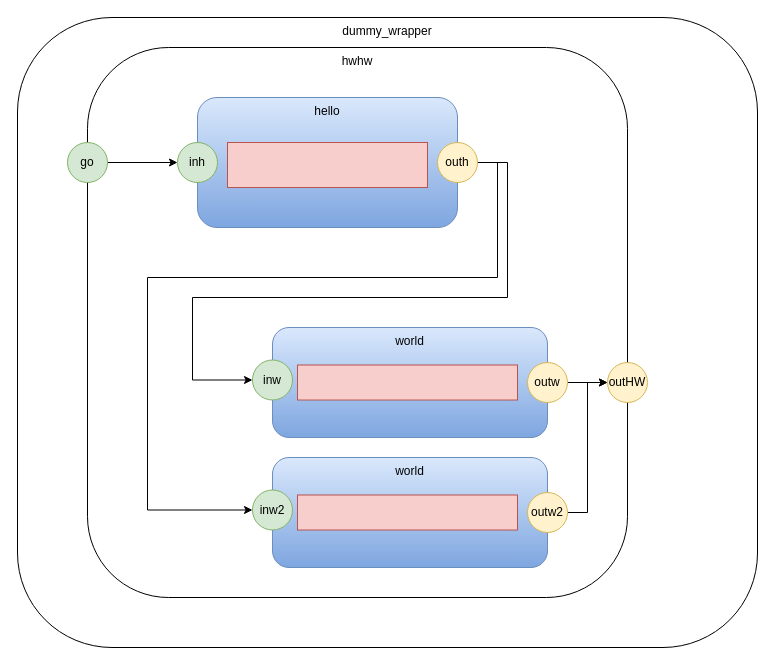
Above: hwhw.drawio in guitarvydas/das (draw.io), before the change. Source tidied: cells renumbered, new cells numbered last; positions are measured from the earlier drawing's top-left corner, leaving out a move shared by most shapes. Both pictures are drawn from the tidied source at 100%, with x=0, y=0 at pixel (17, 17).
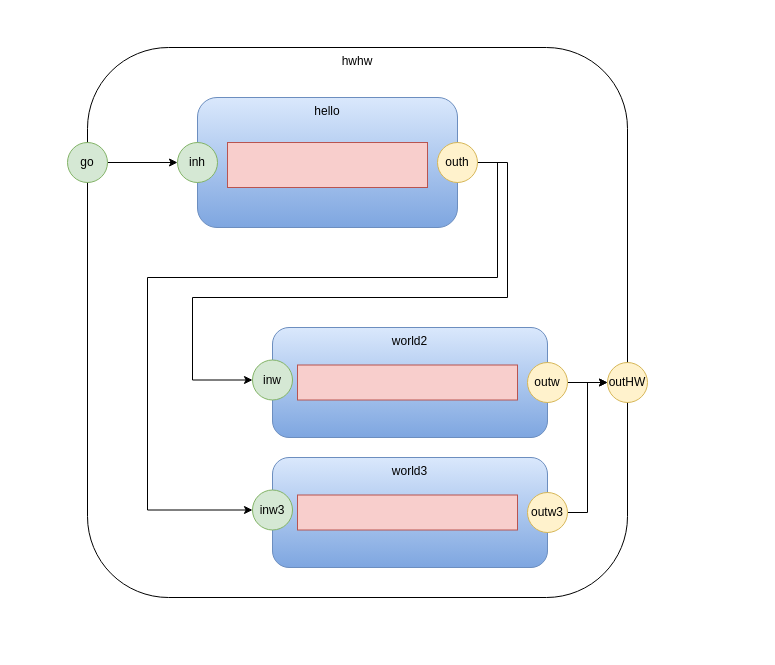
After the change.

Commit message (it also covers changes not shown here):
hwhw with unique part names world2 and world3

What changed in the source:
```diff
@@
-    <mxCell id="2" value="dummy_wrapper" style="rounded=1;whiteSpace=wrap;html=1;verticalAlign=top;" parent="1" vertex="1">
-      <mxGeometry width="740" height="630" as="geometry" />
-    </mxCell>
@@
-    <mxCell id="9" value="world" style="rounded=1;whiteSpace=wrap;html=1;gradientColor=#7ea6e0;fillColor=#dae8fc;strokeColor=#6c8ebf;verticalAlign=top;" parent="1" vertex="1">
+    <mxCell id="9" value="world2" style="rounded=1;whiteSpace=wrap;html=1;gradientColor=#7ea6e0;fillColor=#dae8fc;strokeColor=#6c8ebf;verticalAlign=top;" parent="1" vertex="1">
       <mxGeometry x="255" y="310" width="275" height="110" as="geometry" />
     </mxCell>
@@
-    <mxCell id="18" value="world" style="rounded=1;whiteSpace=wrap;html=1;gradientColor=#7ea6e0;fillColor=#dae8fc;strokeColor=#6c8ebf;verticalAlign=top;" parent="1" vertex="1">
+    <mxCell id="18" value="world3" style="rounded=1;whiteSpace=wrap;html=1;gradientColor=#7ea6e0;fillColor=#dae8fc;strokeColor=#6c8ebf;verticalAlign=top;" parent="1" vertex="1">
       <mxGeometry x="255" y="440" width="275" height="110" as="geometry" />
     </mxCell>
-    <mxCell id="19" value="inw2" style="ellipse;whiteSpace=wrap;html=1;fillColor=#d5e8d4;strokeColor=#82b366;" parent="1" vertex="1">
+    <mxCell id="19" value="inw3" style="ellipse;whiteSpace=wrap;html=1;fillColor=#d5e8d4;strokeColor=#82b366;" parent="1" vertex="1">
       <mxGeometry x="235" y="472.5" width="40" height="40" as="geometry" />
     </mxCell>
@@
-    <mxCell id="22" value="outw2" style="ellipse;whiteSpace=wrap;html=1;fillColor=#fff2cc;strokeColor=#d6b656;" parent="1" vertex="1">
+    <mxCell id="22" value="outw3" style="ellipse;whiteSpace=wrap;html=1;fillColor=#fff2cc;strokeColor=#d6b656;" parent="1" vertex="1">
       <mxGeometry x="510" y="475" width="40" height="40" as="geometry" />
     </mxCell>
```
